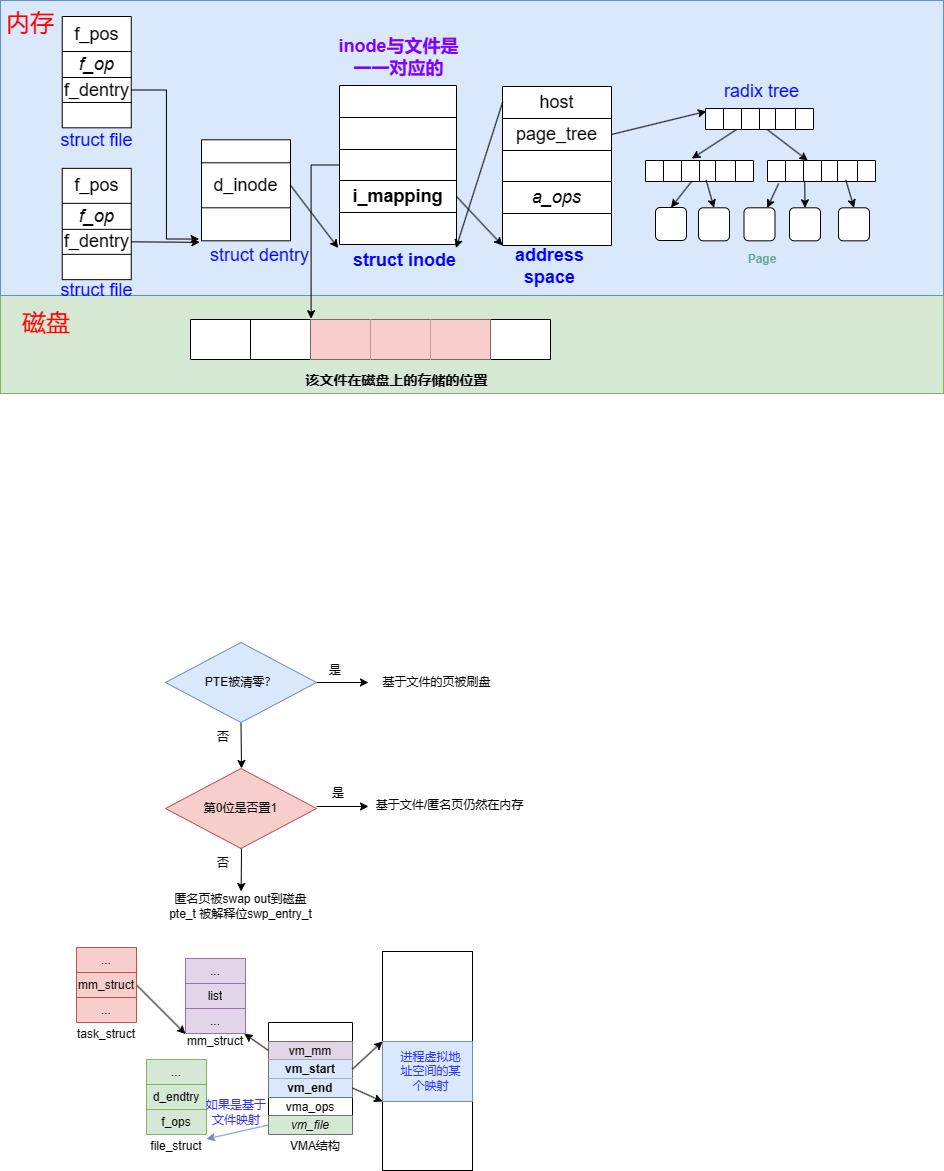
Above: OS/mmap/mmap.drawio.png in SixPlusAndTimes/drawio (draw.io), before the change. Source tidied: cells renumbered, new cells last; positions are measured from the earlier drawing's top-left corner, leaving out a move shared by most shapes.
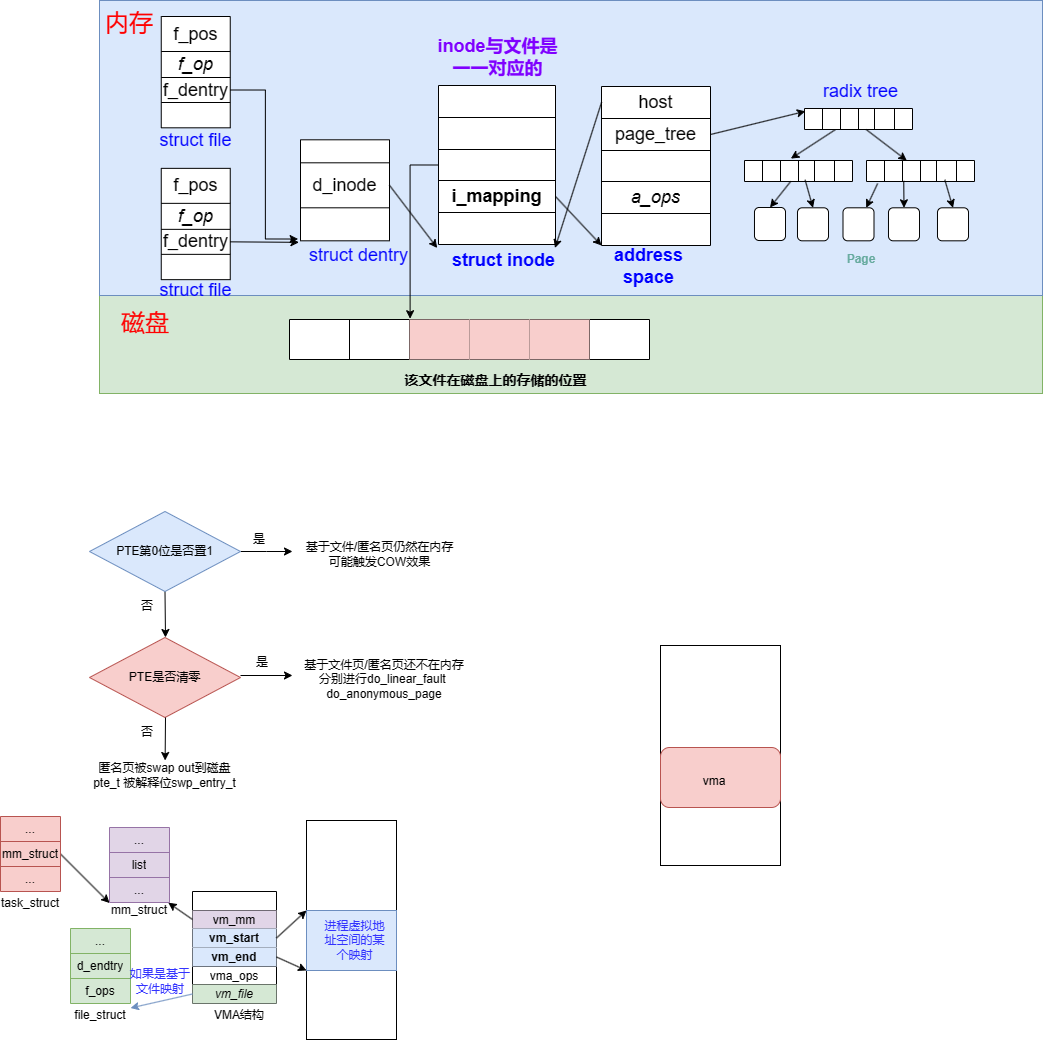
Later version of the same file.

The edit, as a diff of the source:
```diff
@@ -302,51 +302,47 @@
     <mxCell id="101" value="&lt;b&gt;&lt;font style=&quot;font-size: 14px;&quot;&gt;该文件在磁盘上的存储的位置&lt;/font&gt;&lt;/b&gt;" style="text;html=1;strokeColor=none;fillColor=none;align=center;verticalAlign=middle;whiteSpace=wrap;rounded=0;" parent="1" vertex="1">
       <mxGeometry x="300" y="365" width="193" height="30" as="geometry" />
     </mxCell>
-    <mxCell id="102" style="edgeStyle=orthogonalEdgeStyle;rounded=0;jettySize=auto;html=1;exitX=1;exitY=0.5;exitDx=0;exitDy=0;" parent="1" edge="1" source="104" target="105">
-      <mxGeometry relative="1" as="geometry" />
+    <mxCell id="102" style="edgeStyle=orthogonalEdgeStyle;rounded=0;jettySize=auto;html=1;exitX=1;exitY=0.5;exitDx=0;exitDy=0;" parent="1" edge="1" source="104">
+      <mxGeometry relative="1" as="geometry">
+        <mxPoint x="193" y="551" as="targetPoint" />
+      </mxGeometry>
     </mxCell>
     <mxCell id="103" style="rounded=0;jettySize=auto;html=1;exitX=0.5;exitY=1;exitDx=0;exitDy=0;" parent="1" edge="1" source="104">
       <mxGeometry relative="1" as="geometry">
-        <mxPoint x="241" y="768" as="targetPoint" />
+        <mxPoint x="66" y="637" as="targetPoint" />
       </mxGeometry>
     </mxCell>
-    <mxCell id="104" value="PTE被清零？" style="rhombus;whiteSpace=wrap;html=1;fillColor=#dae8fc;strokeColor=#6c8ebf;" parent="1" vertex="1">
-      <mxGeometry x="165" y="642" width="151" height="80" as="geometry" />
+    <mxCell id="104" value="PTE第0位是否置1" style="rhombus;whiteSpace=wrap;html=1;fillColor=#dae8fc;strokeColor=#6c8ebf;" parent="1" vertex="1">
+      <mxGeometry x="-10" y="511" width="151" height="80" as="geometry" />
     </mxCell>
-    <mxCell id="105" value="基于文件的页被刷盘" style="text;html=1;strokeColor=none;fillColor=none;align=center;verticalAlign=middle;whiteSpace=wrap;rounded=0;" parent="1" vertex="1">
-      <mxGeometry x="368" y="667" width="137" height="30" as="geometry" />
-    </mxCell>
     <mxCell id="106" value="是" style="text;html=1;strokeColor=none;fillColor=none;align=center;verticalAlign=middle;whiteSpace=wrap;rounded=0;" parent="1" vertex="1">
-      <mxGeometry x="305" y="655" width="60" height="30" as="geometry" />
+      <mxGeometry x="130" y="524" width="60" height="30" as="geometry" />
     </mxCell>
     <mxCell id="107" value="否" style="text;html=1;strokeColor=none;fillColor=none;align=center;verticalAlign=middle;whiteSpace=wrap;rounded=0;" parent="1" vertex="1">
-      <mxGeometry x="193" y="722" width="60" height="30" as="geometry" />
+      <mxGeometry x="18" y="591" width="60" height="30" as="geometry" />
     </mxCell>
-    <mxCell id="108" value="第0位是否置1" style="rhombus;whiteSpace=wrap;html=1;fillColor=#f8cecc;strokeColor=#b85450;" parent="1" vertex="1">
-      <mxGeometry x="165" y="768" width="151" height="80" as="geometry" />
+    <mxCell id="108" value="PTE是否清零" style="rhombus;whiteSpace=wrap;html=1;fillColor=#f8cecc;strokeColor=#b85450;" parent="1" vertex="1">
+      <mxGeometry x="-10" y="637" width="151" height="80" as="geometry" />
     </mxCell>
     <mxCell id="109" style="edgeStyle=orthogonalEdgeStyle;rounded=0;orthogonalLoop=1;jettySize=auto;html=1;exitX=1;exitY=0.5;exitDx=0;exitDy=0;" parent="1" edge="1">
       <mxGeometry relative="1" as="geometry">
-        <mxPoint x="316" y="806" as="sourcePoint" />
-        <mxPoint x="368" y="806" as="targetPoint" />
+        <mxPoint x="141" y="675" as="sourcePoint" />
+        <mxPoint x="193" y="675" as="targetPoint" />
       </mxGeometry>
     </mxCell>
-    <mxCell id="110" value="基于文件/匿名页仍然在内存" style="text;html=1;strokeColor=none;fillColor=none;align=center;verticalAlign=middle;whiteSpace=wrap;rounded=0;" parent="1" vertex="1">
-      <mxGeometry x="365" y="790" width="169" height="30" as="geometry" />
-    </mxCell>
     <mxCell id="111" value="是" style="text;html=1;strokeColor=none;fillColor=none;align=center;verticalAlign=middle;whiteSpace=wrap;rounded=0;" parent="1" vertex="1">
-      <mxGeometry x="308" y="778" width="60" height="30" as="geometry" />
+      <mxGeometry x="133" y="647" width="60" height="30" as="geometry" />
     </mxCell>
     <mxCell id="112" style="rounded=0;jettySize=auto;html=1;exitX=0.5;exitY=1;exitDx=0;exitDy=0;" parent="1" edge="1" target="114">
       <mxGeometry relative="1" as="geometry">
-        <mxPoint x="241" y="848" as="sourcePoint" />
+        <mxPoint x="66" y="717" as="sourcePoint" />
       </mxGeometry>
     </mxCell>
     <mxCell id="113" value="否" style="text;html=1;strokeColor=none;fillColor=none;align=center;verticalAlign=middle;whiteSpace=wrap;rounded=0;" parent="1" vertex="1">
-      <mxGeometry x="193" y="848" width="60" height="30" as="geometry" />
+      <mxGeometry x="18" y="717" width="60" height="30" as="geometry" />
     </mxCell>
     <mxCell id="114" value="匿名页被swap out到磁盘&lt;br&gt;pte_t 被解释位swp_entry_t" style="text;html=1;strokeColor=none;fillColor=none;align=center;verticalAlign=middle;whiteSpace=wrap;rounded=0;" parent="1" vertex="1">
-      <mxGeometry x="156" y="891" width="169" height="30" as="geometry" />
+      <mxGeometry x="-19" y="760" width="169" height="30" as="geometry" />
     </mxCell>
     <mxCell id="115" value="&lt;font color=&quot;#0000ff&quot; style=&quot;font-size: 18px;&quot;&gt;struct file&lt;/font&gt;" style="text;html=1;strokeColor=none;fillColor=none;align=center;verticalAlign=middle;whiteSpace=wrap;rounded=0;" parent="1" vertex="1">
       <mxGeometry x="54" y="125" width="84.5" height="30" as="geometry" />
@@ -382,7 +378,7 @@
       <mxGeometry relative="1" as="geometry" />
     </mxCell>
     <mxCell id="126" style="shape=table;startSize=0;" parent="1" vertex="1">
-      <mxGeometry x="268" y="1022" width="84" height="112" as="geometry" />
+      <mxGeometry x="93" y="891" width="84" height="112" as="geometry" />
     </mxCell>
     <mxCell id="127" style="shape=tableRow;horizontal=0;startSize=0;swimlaneHead=0;swimlaneBody=0;strokeColor=inherit;top=0;left=0;bottom=0;right=0;fillColor=none;" parent="126" vertex="1">
       <mxGeometry width="84" height="19" as="geometry" />
@@ -421,10 +417,10 @@
       <mxGeometry width="84" height="19" as="geometry" />
     </mxCell>
     <mxCell id="139" style="rounded=0;whiteSpace=wrap;html=1;" parent="1" vertex="1">
-      <mxGeometry x="382" y="951" width="90" height="219" as="geometry" />
+      <mxGeometry x="207" y="820" width="90" height="219" as="geometry" />
     </mxCell>
     <mxCell id="140" style="rounded=0;whiteSpace=wrap;html=1;fillColor=#dae8fc;strokeColor=#6c8ebf;" parent="1" vertex="1">
-      <mxGeometry x="382" y="1041" width="90" height="60" as="geometry" />
+      <mxGeometry x="207" y="910" width="90" height="60" as="geometry" />
     </mxCell>
     <mxCell id="141" style="rounded=0;jettySize=auto;html=1;exitX=1;exitY=0.5;exitDx=0;exitDy=0;entryX=0;entryY=0;entryDx=0;entryDy=0;" parent="1" edge="1" source="131" target="140">
       <mxGeometry relative="1" as="geometry" />
@@ -433,13 +429,13 @@
       <mxGeometry relative="1" as="geometry" />
     </mxCell>
     <mxCell id="143" value="&lt;font color=&quot;#3333ff&quot;&gt;进程虚拟地址空间的某个映射&lt;/font&gt;" style="text;html=1;strokeColor=none;fillColor=none;align=center;verticalAlign=middle;whiteSpace=wrap;rounded=0;" parent="1" vertex="1">
-      <mxGeometry x="396" y="1056" width="69" height="30" as="geometry" />
+      <mxGeometry x="221" y="925" width="69" height="30" as="geometry" />
     </mxCell>
     <mxCell id="144" value="VMA结构" style="text;html=1;strokeColor=none;fillColor=none;align=center;verticalAlign=middle;whiteSpace=wrap;rounded=0;" parent="1" vertex="1">
-      <mxGeometry x="285" y="1131" width="60" height="30" as="geometry" />
+      <mxGeometry x="110" y="1000" width="60" height="30" as="geometry" />
     </mxCell>
     <mxCell id="145" style="shape=table;startSize=0;fillColor=#e1d5e7;strokeColor=#9673a6;" parent="1" vertex="1">
-      <mxGeometry x="185" y="958" width="60" height="75" as="geometry" />
+      <mxGeometry x="10" y="827" width="60" height="75" as="geometry" />
     </mxCell>
     <mxCell id="146" style="shape=tableRow;horizontal=0;startSize=0;swimlaneHead=0;swimlaneBody=0;strokeColor=inherit;top=0;left=0;bottom=0;right=0;fillColor=none;" parent="145" vertex="1">
       <mxGeometry width="60" height="25" as="geometry" />
@@ -460,13 +456,13 @@
       <mxGeometry width="60" height="25" as="geometry" />
     </mxCell>
     <mxCell id="152" value="mm_struct" style="text;html=1;strokeColor=none;fillColor=none;align=center;verticalAlign=middle;whiteSpace=wrap;rounded=0;" parent="1" vertex="1">
-      <mxGeometry x="185" y="1026" width="60" height="30" as="geometry" />
+      <mxGeometry x="10" y="895" width="60" height="30" as="geometry" />
     </mxCell>
     <mxCell id="153" style="rounded=0;jettySize=auto;html=1;exitX=0;exitY=0.5;exitDx=0;exitDy=0;entryX=0.98;entryY=1.009;entryDx=0;entryDy=0;entryPerimeter=0;" parent="1" edge="1" source="129" target="150">
       <mxGeometry relative="1" as="geometry" />
     </mxCell>
     <mxCell id="154" style="shape=table;startSize=0;fillColor=#d5e8d4;strokeColor=#82b366;" parent="1" vertex="1">
-      <mxGeometry x="146" y="1059" width="60" height="75" as="geometry" />
+      <mxGeometry x="-29" y="928" width="60" height="75" as="geometry" />
     </mxCell>
     <mxCell id="155" style="shape=tableRow;horizontal=0;startSize=0;swimlaneHead=0;swimlaneBody=0;strokeColor=inherit;top=0;left=0;bottom=0;right=0;fillColor=none;" parent="154" vertex="1">
       <mxGeometry width="60" height="25" as="geometry" />
@@ -487,19 +483,19 @@
       <mxGeometry width="60" height="25" as="geometry" />
     </mxCell>
     <mxCell id="161" value="file_struct" style="text;html=1;strokeColor=none;fillColor=none;align=center;verticalAlign=middle;whiteSpace=wrap;rounded=0;" parent="1" vertex="1">
-      <mxGeometry x="146" y="1131" width="60" height="30" as="geometry" />
+      <mxGeometry x="-29" y="1000" width="60" height="30" as="geometry" />
     </mxCell>
     <mxCell id="162" style="rounded=0;jettySize=auto;html=1;exitX=0;exitY=0.5;exitDx=0;exitDy=0;entryX=1;entryY=0.25;entryDx=0;entryDy=0;fillColor=#dae8fc;strokeColor=#6c8ebf;" parent="1" edge="1" source="137" target="161">
       <mxGeometry relative="1" as="geometry" />
     </mxCell>
     <mxCell id="163" value="&lt;font color=&quot;#3333ff&quot;&gt;如果是基于文件映射&lt;/font&gt;" style="text;html=1;strokeColor=none;fillColor=none;align=center;verticalAlign=middle;whiteSpace=wrap;rounded=0;" parent="1" vertex="1">
-      <mxGeometry x="203" y="1097" width="66" height="30" as="geometry" />
+      <mxGeometry x="28" y="966" width="66" height="30" as="geometry" />
     </mxCell>
     <mxCell id="164" style="rounded=0;jettySize=auto;html=1;exitX=1;exitY=0.5;exitDx=0;exitDy=0;entryX=0;entryY=0.25;entryDx=0;entryDy=0;" parent="1" edge="1" source="165" target="152">
       <mxGeometry relative="1" as="geometry" />
     </mxCell>
     <mxCell id="165" style="shape=table;startSize=0;fillColor=#f8cecc;strokeColor=#b85450;" parent="1" vertex="1">
-      <mxGeometry x="76" y="947" width="60" height="75" as="geometry" />
+      <mxGeometry x="-99" y="816" width="60" height="75" as="geometry" />
     </mxCell>
     <mxCell id="166" style="shape=tableRow;horizontal=0;startSize=0;swimlaneHead=0;swimlaneBody=0;strokeColor=inherit;top=0;left=0;bottom=0;right=0;fillColor=none;" parent="165" vertex="1">
       <mxGeometry width="60" height="25" as="geometry" />
@@ -520,7 +516,22 @@
       <mxGeometry width="60" height="25" as="geometry" />
     </mxCell>
     <mxCell id="172" value="task_struct" style="text;html=1;strokeColor=none;fillColor=none;align=center;verticalAlign=middle;whiteSpace=wrap;rounded=0;" parent="1" vertex="1">
-      <mxGeometry x="76" y="1019" width="60" height="30" as="geometry" />
+      <mxGeometry x="-99" y="888" width="60" height="30" as="geometry" />
     </mxCell>
+    <mxCell id="173" style="rounded=0;whiteSpace=wrap;html=1;" parent="1" vertex="1">
+      <mxGeometry x="561" y="645" width="120" height="220" as="geometry" />
+    </mxCell>
+    <mxCell id="174" style="rounded=1;whiteSpace=wrap;html=1;fillColor=#f8cecc;strokeColor=#b85450;" parent="1" vertex="1">
+      <mxGeometry x="561" y="747" width="120" height="60" as="geometry" />
+    </mxCell>
+    <mxCell id="175" value="vma" style="text;html=1;strokeColor=none;fillColor=none;align=center;verticalAlign=middle;whiteSpace=wrap;rounded=0;" parent="1" vertex="1">
+      <mxGeometry x="585" y="766" width="60" height="30" as="geometry" />
+    </mxCell>
+    <mxCell id="176" value="基于文件页/匿名页还不在内存&lt;br&gt;分别进行do_linear_fault&amp;nbsp; do_anonymous_page" style="text;html=1;strokeColor=none;fillColor=none;align=center;verticalAlign=middle;whiteSpace=wrap;rounded=0;" parent="1" vertex="1">
+      <mxGeometry x="196" y="662" width="178" height="33" as="geometry" />
+    </mxCell>
+    <mxCell id="177" value="基于文件/匿名页仍然在内存&lt;br&gt;可能触发COW效果" style="text;html=1;strokeColor=none;fillColor=none;align=center;verticalAlign=middle;whiteSpace=wrap;rounded=0;" parent="1" vertex="1">
+      <mxGeometry x="196" y="539" width="169" height="30" as="geometry" />
+    </mxCell>
   </root>
 </mxGraphModel>
```
